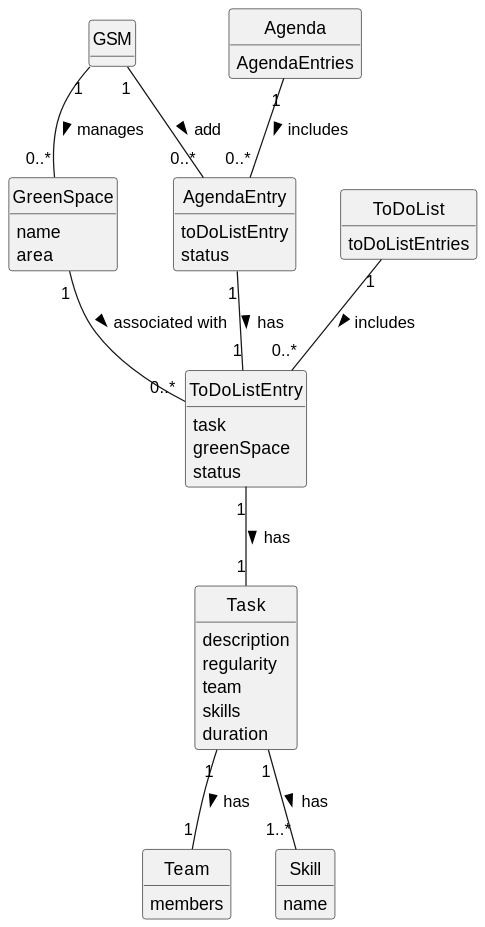
diogoveirospro/lei-24-s2-1dg-g072 keeps this PlantUML diagram as docs/sprintC/us022/02.analysis/svg/us022-domain-model.svg. Above is the earlier version.
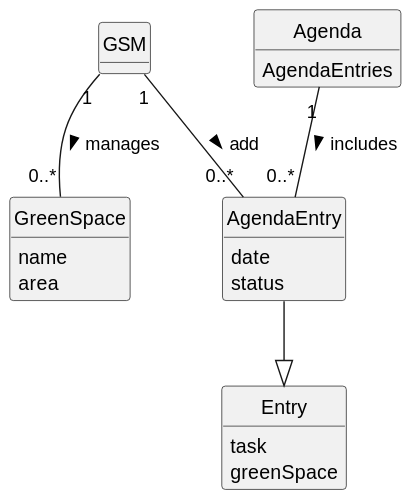
The same file after the commit.

Commit message:
US022's Analysis and Use Case Diagram

What changed in the source:
```diff
@@ -18,49 +18,23 @@
   area
 }
 
-class ToDoListEntry {
+class Entry {
     task
     greenSpace
-    status
 }
 
 class AgendaEntry {
-    toDoListEntry
+    date
     status
-}
-
-class Task {
-    description
-    regularity
-    team
-    skills
-    duration
-}
-
-class ToDoList {
-    toDoListEntries
 }
 
 class Agenda {
     AgendaEntries
 }
 
-class Team {
-    members
-}
-
-class Skill {
-    name
-}
-
 
 GSM "1" -- "0..*" GreenSpace : manages >
-GreenSpace "1" -- "0..*" ToDoListEntry : associated with >
-ToDoListEntry "1" -- "1" Task: has >
-Task "1" -- "1" Team: has >
-Task "1" -- "1..*" Skill : has >
-ToDoList "1" -- "0..*" ToDoListEntry : includes >
 Agenda "1" -- "0..*" AgendaEntry : includes >
-AgendaEntry "1" -- "1" ToDoListEntry : has >
+AgendaEntry --|> Entry
 GSM "1" -- "0..*" AgendaEntry : add >
 @enduml
```
